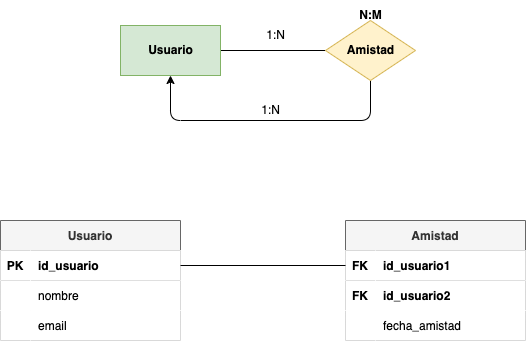
Above: tareas/tarea-3/images/ejercicio16.drawio.png in deylansystem/actividadesBAE (draw.io), before the change. Source tidied: cells renumbered, new cells last; positions are measured from the earlier drawing's top-left corner, leaving out a move shared by most shapes.
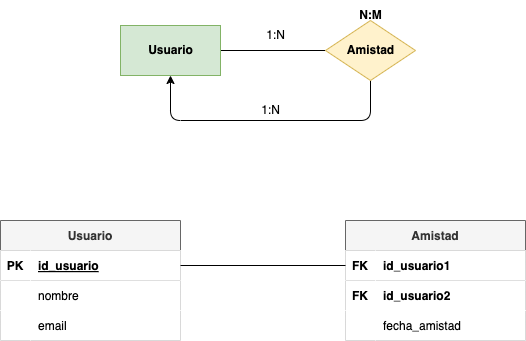
Above is the later version.

The edit, as a diff of the source:
```diff
@@ -11,7 +11,7 @@
     <mxCell id="4" value="PK" style="shape=partialRectangle;fillColor=#FFFFFF;top=0;left=0;bottom=0;right=0;fontStyle=1;overflow=hidden;fontColor=#000000;" parent="3" vertex="1">
       <mxGeometry width="30" height="30" as="geometry" />
     </mxCell>
-    <mxCell id="5" value="id_usuario" style="shape=partialRectangle;fillColor=#FFFFFF;top=0;left=0;bottom=0;right=0;align=left;spacingLeft=6;fontStyle=1;overflow=hidden;fontColor=#000000;" parent="3" vertex="1">
+    <mxCell id="5" value="id_usuario" style="shape=partialRectangle;fillColor=#FFFFFF;top=0;left=0;bottom=0;right=0;align=left;spacingLeft=6;fontStyle=5;overflow=hidden;fontColor=#000000;" parent="3" vertex="1">
       <mxGeometry x="30" width="150" height="30" as="geometry" />
     </mxCell>
     <mxCell id="6" style="shape=tableRow;horizontal=0;startSize=0;swimlaneHead=0;swimlaneBody=0;fillColor=#FFFFFF;top=0;left=0;right=0;bottom=0;fontColor=#000000;" parent="2" vertex="1">
```
